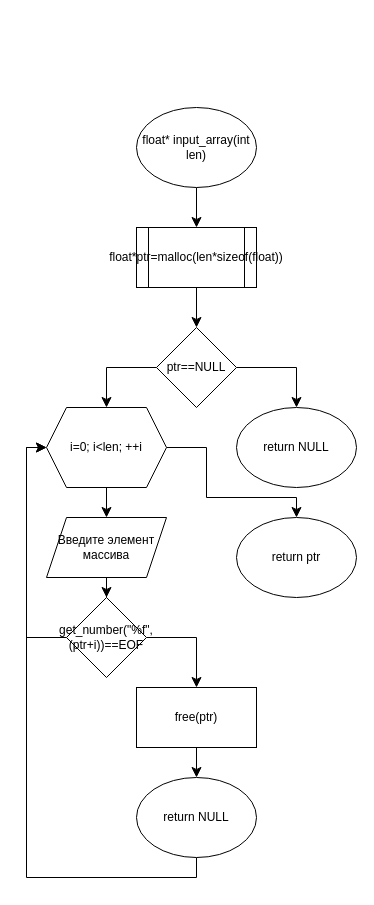
Above: page "input_array" (5 of 8) of Untitled Diagram.drawio in Alvald1/draw.io (draw.io), before the change. Source tidied: cells renumbered, new cells numbered last; positions are measured from the earlier drawing's top-left corner, leaving out a move shared by most shapes. Both pictures are drawn from the tidied source at 100%, with x=0, y=0 at pixel (46, 107).
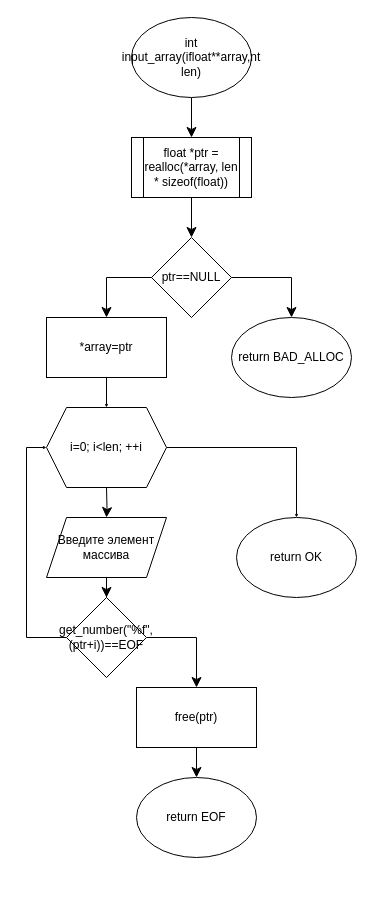
After the change.

The change refers to these unchanged cells:
```xml
<mxCell id="13" value="i=0; i&amp;lt;len; ++i" style="shape=hexagon;perimeter=hexagonPerimeter2;whiteSpace=wrap;html=1;fixedSize=1;fontFamily=Helvetica;fontSize=12;fontColor=default;" parent="1" vertex="1">
  <mxGeometry y="300" width="120" height="80" as="geometry" />
</mxCell>
<mxCell id="15" value="Введите элемент массива" style="shape=parallelogram;perimeter=parallelogramPerimeter;whiteSpace=wrap;html=1;fixedSize=1;fontFamily=Helvetica;fontSize=12;fontColor=default;" parent="1" vertex="1">
  <mxGeometry y="410" width="120" height="60" as="geometry" />
</mxCell>
<mxCell id="18" value="get_number(&quot;%f&quot;, (ptr+i))==EOF" style="rhombus;whiteSpace=wrap;html=1;fontFamily=Helvetica;fontSize=12;fontColor=default;" parent="1" vertex="1">
  <mxGeometry x="20" y="490" width="80" height="80" as="geometry" />
</mxCell>
```

What changed in the source:
```diff
@@
     <mxCell id="2" style="edgeStyle=orthogonalEdgeStyle;shape=connector;rounded=0;orthogonalLoop=1;jettySize=auto;html=1;exitX=0.5;exitY=1;exitDx=0;exitDy=0;entryX=0;entryY=0.5;entryDx=0;entryDy=0;labelBackgroundColor=default;strokeColor=default;align=center;verticalAlign=middle;fontFamily=Helvetica;fontSize=12;fontColor=default;endArrow=classic;startSize=8;endSize=8;" parent="1" edge="1">
       <mxGeometry relative="1" as="geometry">
-        <mxPoint x="60" y="310" as="targetPoint" />
+        <mxPoint x="55" y="220" as="targetPoint" />
       </mxGeometry>
     </mxCell>
@@
-    <mxCell id="4" value="float* input_array(int len)" style="ellipse;whiteSpace=wrap;html=1;fontFamily=Helvetica;fontSize=12;fontColor=default;" parent="1" vertex="1">
-      <mxGeometry x="90" width="120" height="80" as="geometry" />
+    <mxCell id="4" value="int input_array(ifloat**array,nt len)" style="ellipse;whiteSpace=wrap;html=1;fontFamily=Helvetica;fontSize=12;fontColor=default;" parent="1" vertex="1">
+      <mxGeometry x="85" y="-90" width="120" height="80" as="geometry" />
     </mxCell>
@@
-    <mxCell id="6" value="float*ptr=malloc(len*sizeof(float))" style="shape=process;whiteSpace=wrap;html=1;backgroundOutline=1;fontFamily=Helvetica;fontSize=12;fontColor=default;" parent="1" vertex="1">
-      <mxGeometry x="90" y="120" width="120" height="60" as="geometry" />
+    <mxCell id="6" value="float *ptr = realloc(*array, len * sizeof(float))" style="shape=process;whiteSpace=wrap;html=1;backgroundOutline=1;fontFamily=Helvetica;fontSize=12;fontColor=default;" parent="1" vertex="1">
+      <mxGeometry x="85" y="30" width="120" height="60" as="geometry" />
     </mxCell>
@@
-    <mxCell id="8" style="edgeStyle=orthogonalEdgeStyle;shape=connector;rounded=0;jettySize=auto;html=1;exitX=0;exitY=0.5;exitDx=0;exitDy=0;entryX=0.5;entryY=0;entryDx=0;entryDy=0;labelBackgroundColor=default;strokeColor=default;align=center;verticalAlign=middle;fontFamily=Helvetica;fontSize=12;fontColor=default;endArrow=classic;startSize=8;endSize=8;" parent="1" edge="1" source="9" target="13">
-      <mxGeometry relative="1" as="geometry" />
-    </mxCell>
     <mxCell id="9" value="ptr==NULL" style="rhombus;whiteSpace=wrap;html=1;fontFamily=Helvetica;fontSize=12;fontColor=default;" parent="1" vertex="1">
-      <mxGeometry x="110" y="220" width="80" height="80" as="geometry" />
+      <mxGeometry x="105" y="130" width="80" height="80" as="geometry" />
     </mxCell>
-    <mxCell id="10" value="return NULL" style="ellipse;whiteSpace=wrap;html=1;fontFamily=Helvetica;fontSize=12;fontColor=default;" parent="1" vertex="1">
-      <mxGeometry x="190" y="300" width="120" height="80" as="geometry" />
+    <mxCell id="10" value="return BAD_ALLOC" style="ellipse;whiteSpace=wrap;html=1;fontFamily=Helvetica;fontSize=12;fontColor=default;" parent="1" vertex="1">
+      <mxGeometry x="185" y="210" width="120" height="80" as="geometry" />
     </mxCell>
-    <mxCell id="11" style="edgeStyle=orthogonalEdgeStyle;shape=connector;rounded=0;jettySize=auto;html=1;labelBackgroundColor=default;strokeColor=default;align=center;verticalAlign=middle;fontFamily=Helvetica;fontSize=12;fontColor=default;endArrow=classic;startSize=8;endSize=8;" parent="1" edge="1" source="13" target="15">
-      <mxGeometry relative="1" as="geometry" />
+    <mxCell id="11" style="edgeStyle=orthogonalEdgeStyle;shape=connector;rounded=0;jettySize=auto;html=1;labelBackgroundColor=default;strokeColor=default;align=center;verticalAlign=middle;fontFamily=Helvetica;fontSize=12;fontColor=default;endArrow=classic;startSize=8;endSize=8;" parent="1" edge="1" target="15">
+      <mxGeometry relative="1" as="geometry">
+        <mxPoint x="60" y="380" as="sourcePoint" />
+      </mxGeometry>
     </mxCell>
-    <mxCell id="12" style="edgeStyle=orthogonalEdgeStyle;shape=connector;rounded=0;jettySize=auto;html=1;exitX=1;exitY=0.5;exitDx=0;exitDy=0;entryX=0.5;entryY=0;entryDx=0;entryDy=0;labelBackgroundColor=default;strokeColor=default;align=center;verticalAlign=middle;fontFamily=Helvetica;fontSize=12;fontColor=default;endArrow=classic;startSize=8;endSize=8;" parent="1" edge="1" source="13" target="23">
-      <mxGeometry relative="1" as="geometry">
-        <Array as="points">
-          <mxPoint x="160" y="340" />
-          <mxPoint x="160" y="390" />
-          <mxPoint x="250" y="390" />
-        </Array>
-      </mxGeometry>
+    <mxCell id="12" style="edgeStyle=orthogonalEdgeStyle;shape=connector;rounded=0;jettySize=auto;html=1;exitX=1;exitY=0.5;exitDx=0;exitDy=0;entryX=0.5;entryY=0;entryDx=0;entryDy=0;labelBackgroundColor=default;strokeColor=default;strokeWidth=1;align=center;verticalAlign=middle;fontFamily=Helvetica;fontSize=3;fontColor=default;endArrow=classic;startSize=8;endSize=1;" parent="1" edge="1" source="13" target="23">
+      <mxGeometry relative="1" as="geometry" />
     </mxCell>
@@
-    <mxCell id="17" style="edgeStyle=orthogonalEdgeStyle;shape=connector;rounded=0;jettySize=auto;html=1;exitX=0;exitY=0.5;exitDx=0;exitDy=0;entryX=0;entryY=0.5;entryDx=0;entryDy=0;labelBackgroundColor=default;strokeColor=default;align=center;verticalAlign=middle;fontFamily=Helvetica;fontSize=12;fontColor=default;endArrow=classic;startSize=8;endSize=8;" parent="1" edge="1" source="18" target="13">
+    <mxCell id="17" style="edgeStyle=orthogonalEdgeStyle;shape=connector;rounded=0;jettySize=auto;html=1;exitX=0;exitY=0.5;exitDx=0;exitDy=0;entryX=0;entryY=0.5;entryDx=0;entryDy=0;labelBackgroundColor=default;strokeColor=default;strokeWidth=1;align=center;verticalAlign=middle;fontFamily=Helvetica;fontSize=3;fontColor=default;endArrow=classic;startSize=8;endSize=1;" parent="1" edge="1" source="18" target="13">
       <mxGeometry relative="1" as="geometry" />
     </mxCell>
@@
-    <mxCell id="21" style="edgeStyle=orthogonalEdgeStyle;shape=connector;rounded=0;jettySize=auto;html=1;exitX=0.5;exitY=1;exitDx=0;exitDy=0;labelBackgroundColor=default;strokeColor=default;align=center;verticalAlign=middle;fontFamily=Helvetica;fontSize=12;fontColor=default;endArrow=classic;startSize=8;endSize=8;entryX=0;entryY=0.5;entryDx=0;entryDy=0;" parent="1" edge="1" source="22" target="13">
-      <mxGeometry relative="1" as="geometry" />
-    </mxCell>
-    <mxCell id="22" value="return NULL" style="ellipse;whiteSpace=wrap;html=1;fontFamily=Helvetica;fontSize=12;fontColor=default;" parent="1" vertex="1">
+    <mxCell id="22" value="return EOF" style="ellipse;whiteSpace=wrap;html=1;fontFamily=Helvetica;fontSize=12;fontColor=default;" parent="1" vertex="1">
       <mxGeometry x="90" y="670" width="120" height="80" as="geometry" />
     </mxCell>
-    <mxCell id="23" value="return ptr" style="ellipse;whiteSpace=wrap;html=1;fontFamily=Helvetica;fontSize=12;fontColor=default;" parent="1" vertex="1">
+    <mxCell id="23" value="return OK" style="ellipse;whiteSpace=wrap;html=1;fontFamily=Helvetica;fontSize=12;fontColor=default;" parent="1" vertex="1">
       <mxGeometry x="190" y="410" width="120" height="80" as="geometry" />
     </mxCell>
+    <mxCell id="24" style="edgeStyle=orthogonalEdgeStyle;shape=connector;rounded=0;jettySize=auto;html=1;exitX=0;exitY=0.5;exitDx=0;exitDy=0;entryX=0.5;entryY=0;entryDx=0;entryDy=0;labelBackgroundColor=default;strokeColor=default;align=center;verticalAlign=middle;fontFamily=Helvetica;fontSize=12;fontColor=default;endArrow=classic;startSize=8;endSize=8;" parent="1" edge="1" source="9" target="26">
+      <mxGeometry relative="1" as="geometry" />
+    </mxCell>
+    <mxCell id="25" style="edgeStyle=orthogonalEdgeStyle;shape=connector;rounded=0;jettySize=auto;html=1;exitX=0.5;exitY=1;exitDx=0;exitDy=0;entryX=0.5;entryY=0;entryDx=0;entryDy=0;labelBackgroundColor=default;strokeColor=default;strokeWidth=1;align=center;verticalAlign=middle;fontFamily=Helvetica;fontSize=3;fontColor=default;endArrow=classic;startSize=8;endSize=1;" parent="1" edge="1" source="26" target="13">
+      <mxGeometry relative="1" as="geometry" />
+    </mxCell>
+    <mxCell id="26" value="&lt;font style=&quot;font-size: 12px;&quot;&gt;*array=ptr&lt;/font&gt;" style="rounded=0;whiteSpace=wrap;html=1;fontFamily=Helvetica;fontSize=3;fontColor=default;" parent="1" vertex="1">
+      <mxGeometry y="210" width="120" height="60" as="geometry" />
+    </mxCell>
```
